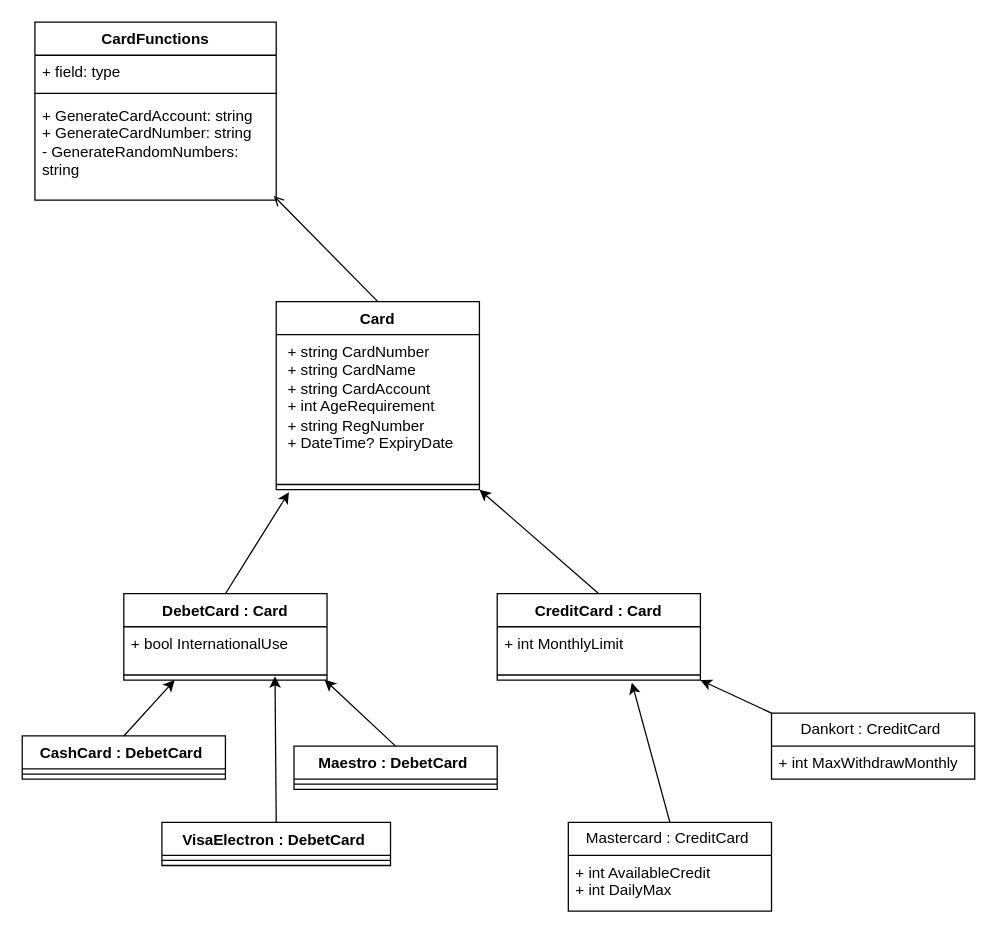
Earlier version of the draw.io diagram MyBanker/MyBanker/Mybanker.drawio (Bikbokken/H2-Skoleopgaver). Source tidied: cells renumbered, new cells numbered last; positions are measured from the earlier drawing's top-left corner, leaving out a move shared by most shapes. Both pictures are drawn from the tidied source at 127%, with x=0, y=0 at pixel (22, 22).
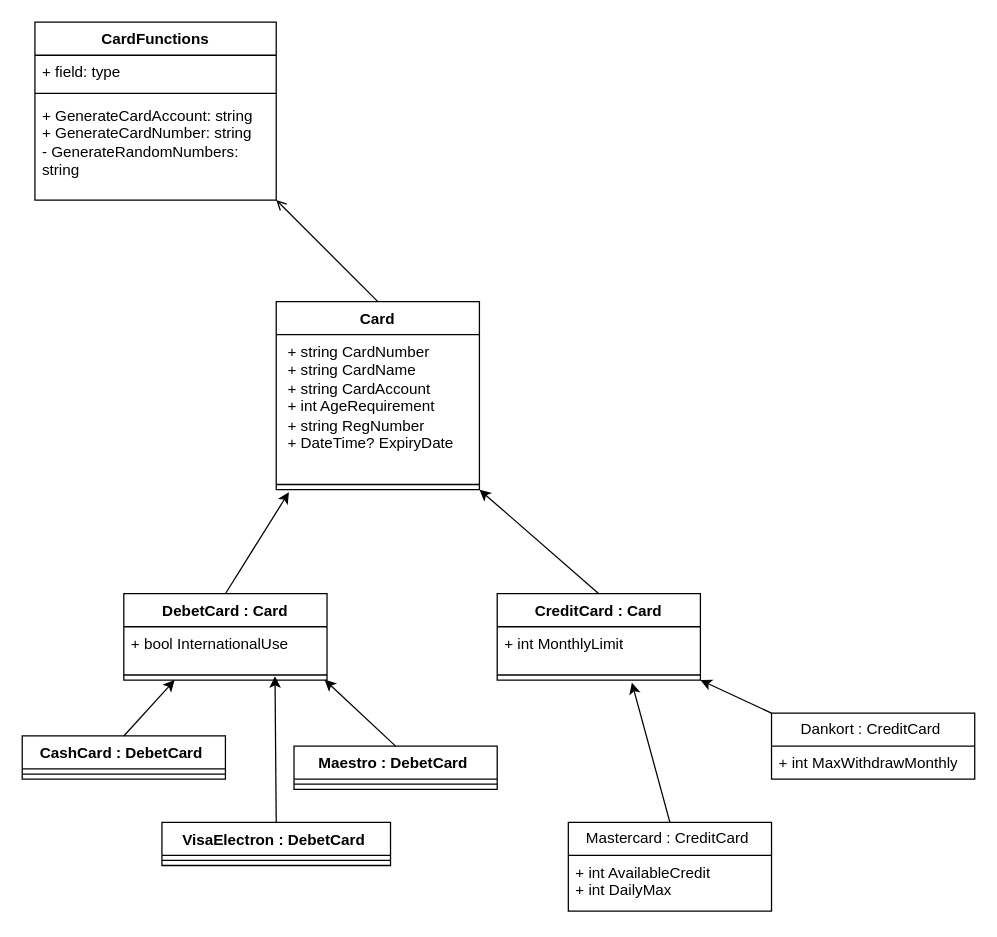
The same page after the edit.

The change refers to these unchanged cells:
```xml
<mxCell id="5" value="+ GenerateCardAccount: string&lt;br&gt;+&amp;nbsp;GenerateCardNumber: string&lt;br&gt;-&amp;nbsp;GenerateRandomNumbers: string" style="text;strokeColor=none;fillColor=none;align=left;verticalAlign=top;spacingLeft=4;spacingRight=4;overflow=hidden;points=[[0,0.5],[1,0.5]];portConstraint=eastwest;whiteSpace=wrap;html=1;" parent="2" vertex="1">
  <mxGeometry y="60" width="190" height="80" as="geometry" />
</mxCell>
<mxCell id="6" value="Card" style="swimlane;fontStyle=1;align=center;verticalAlign=top;horizontal=1;startSize=26;whiteSpace=wrap;html=1;" parent="1" vertex="1">
  <mxGeometry x="200" y="220" width="160" height="148" as="geometry" />
</mxCell>
```

The edit, as a diff of the source:
```diff
@@
-    <mxCell id="32" style="endArrow=open;html=1;rounded=0;endFill=0;exitX=0.5;exitY=0;exitDx=0;exitDy=0;entryX=0.99;entryY=0.96;entryDx=0;entryDy=0;entryPerimeter=0;" parent="1" edge="1" source="6" target="5">
-      <mxGeometry relative="1" as="geometry" />
+    <mxCell id="32" style="endArrow=open;html=1;rounded=0;endFill=0;exitX=0.5;exitY=0;exitDx=0;exitDy=0;" parent="1" edge="1" source="6">
+      <mxGeometry relative="1" as="geometry">
+        <mxPoint x="200" y="140" as="targetPoint" />
+      </mxGeometry>
     </mxCell>
```
